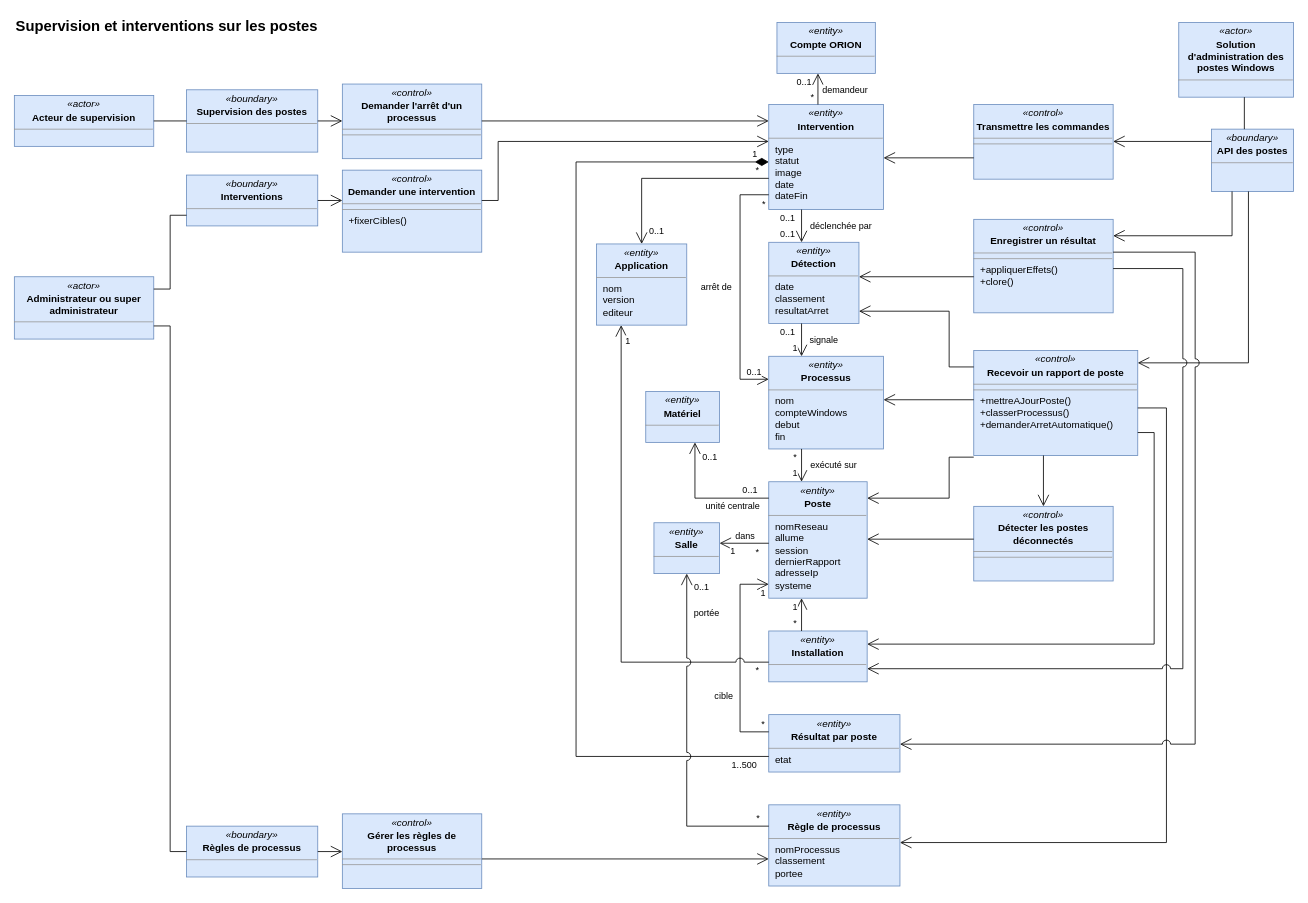
Above: page "Supervision et interventions sur les postes" (3 of 5) of docs/02-ANALYSE/03-ANALYSE/02-DIAGRAMME-CLASSES-ANALYSE.drawio in bpierrelouis/aster (draw.io), before the change. Source tidied: cells renumbered, new cells numbered last; positions are measured from the earlier drawing's top-left corner, leaving out a move shared by most shapes. Both pictures are drawn from the tidied source at 82%, with x=0, y=0 at pixel (14, 14).
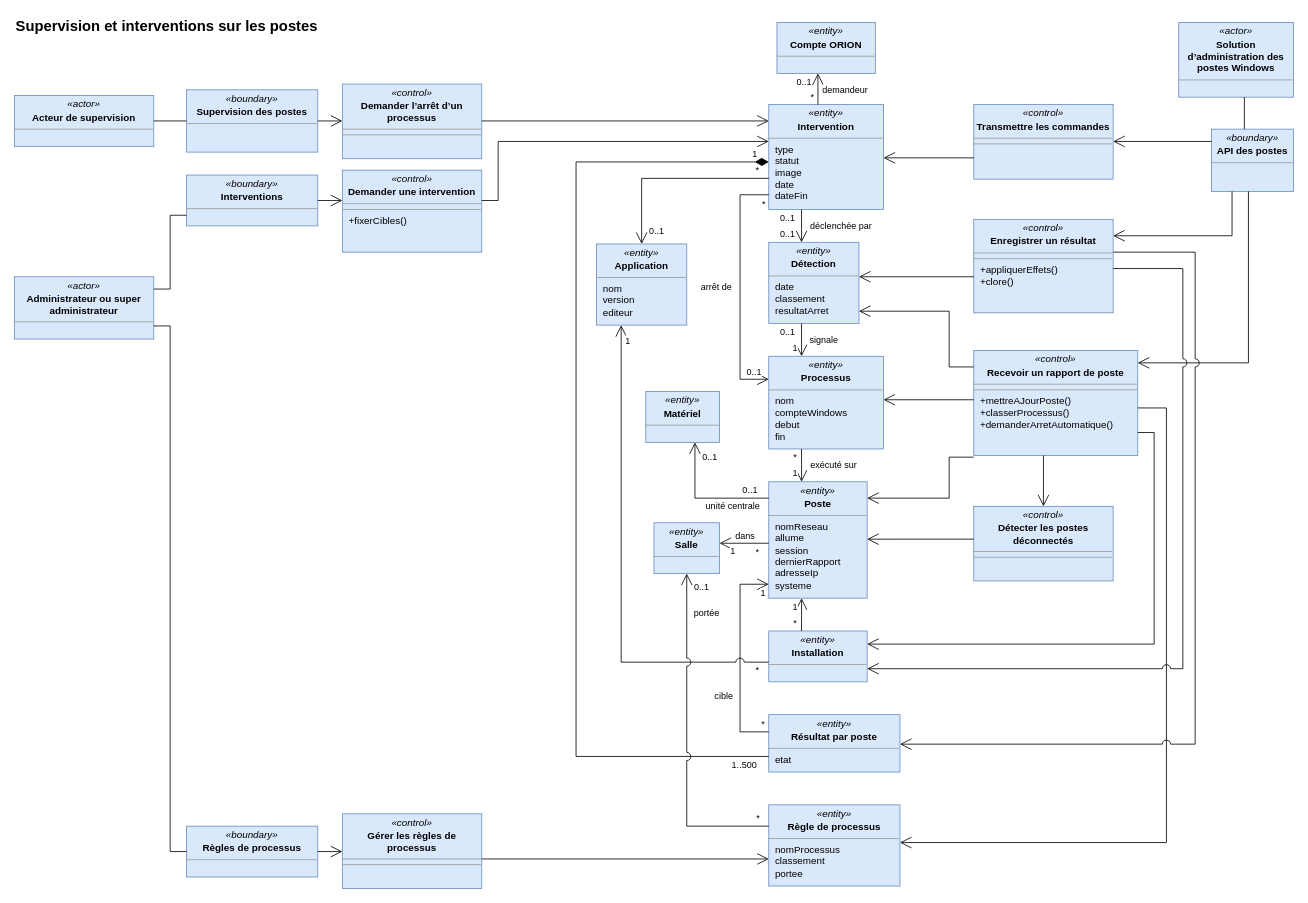
The same diagram, later.

The edit, as a diff of the source:
```diff
@@
-    <mxCell id="5" value="&lt;p style=&quot;margin:0;margin-top:4px;text-align:center;&quot;&gt;&lt;i&gt;«actor»&lt;/i&gt;&lt;/p&gt;&lt;p style=&quot;margin:0;margin-top:2px;text-align:center;&quot;&gt;&lt;b&gt;Solution d'administration des postes Windows&lt;/b&gt;&lt;/p&gt;&lt;hr size=&quot;1&quot;/&gt;" style="verticalAlign=top;align=left;overflow=fill;html=1;whiteSpace=wrap;fontSize=12;fillColor=#dae8fc;strokeColor=#6c8ebf;" parent="1" vertex="1">
+    <mxCell id="5" value="&lt;p style=&quot;margin:0;margin-top:4px;text-align:center;&quot;&gt;&lt;i&gt;«actor»&lt;/i&gt;&lt;/p&gt;&lt;p style=&quot;margin:0;margin-top:2px;text-align:center;&quot;&gt;&lt;b&gt;Solution d’administration des postes Windows&lt;/b&gt;&lt;/p&gt;&lt;hr size=&quot;1&quot;/&gt;" style="verticalAlign=top;align=left;overflow=fill;html=1;whiteSpace=wrap;fontSize=12;fillColor=#dae8fc;strokeColor=#6c8ebf;" parent="1" vertex="1">
       <mxGeometry x="1420" y="10" width="140" height="91" as="geometry" />
     </mxCell>
@@
-    <mxCell id="10" value="&lt;p style=&quot;margin:0;margin-top:4px;text-align:center;&quot;&gt;&lt;i&gt;«control»&lt;/i&gt;&lt;/p&gt;&lt;p style=&quot;margin:0;margin-top:2px;text-align:center;&quot;&gt;&lt;b&gt;Demander l'arrêt d'un processus&lt;/b&gt;&lt;/p&gt;&lt;hr size=&quot;1&quot;/&gt;&lt;hr size=&quot;1&quot;/&gt;" style="verticalAlign=top;align=left;overflow=fill;html=1;whiteSpace=wrap;fontSize=12;fillColor=#dae8fc;strokeColor=#6c8ebf;" parent="1" vertex="1">
+    <mxCell id="10" value="&lt;p style=&quot;margin:0;margin-top:4px;text-align:center;&quot;&gt;&lt;i&gt;«control»&lt;/i&gt;&lt;/p&gt;&lt;p style=&quot;margin:0;margin-top:2px;text-align:center;&quot;&gt;&lt;b&gt;Demander l’arrêt d’un processus&lt;/b&gt;&lt;/p&gt;&lt;hr size=&quot;1&quot;/&gt;&lt;hr size=&quot;1&quot;/&gt;" style="verticalAlign=top;align=left;overflow=fill;html=1;whiteSpace=wrap;fontSize=12;fillColor=#dae8fc;strokeColor=#6c8ebf;" parent="1" vertex="1">
       <mxGeometry x="400" y="85" width="170" height="91" as="geometry" />
     </mxCell>
```
